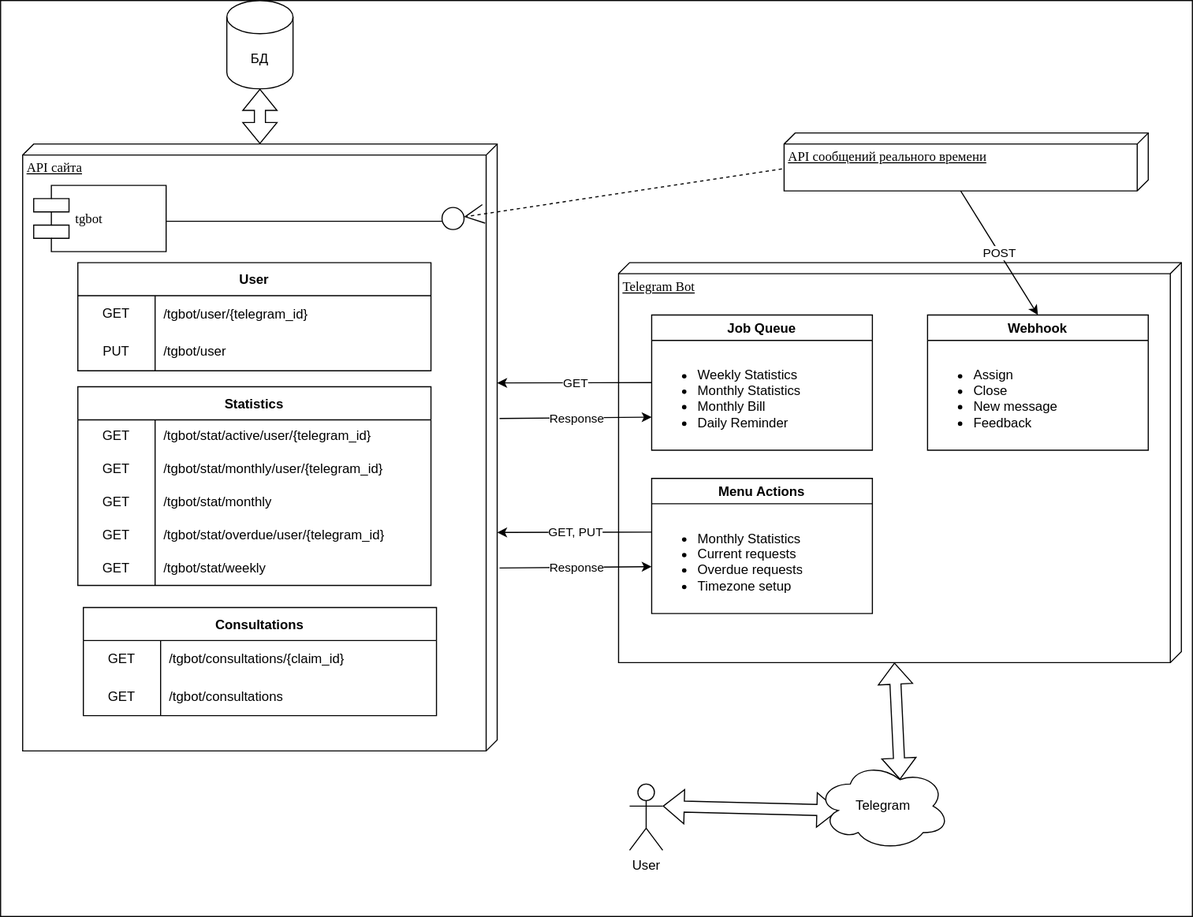
This is src/docs/bot_architecture.svg from Studio-Yandex-Practicum/ask_nenaprasno_bot, a draw.io export, as it was before one commit. Source tidied: cells renumbered, new cells last; positions are measured from the earlier drawing's top-left corner, leaving out a move shared by most shapes.
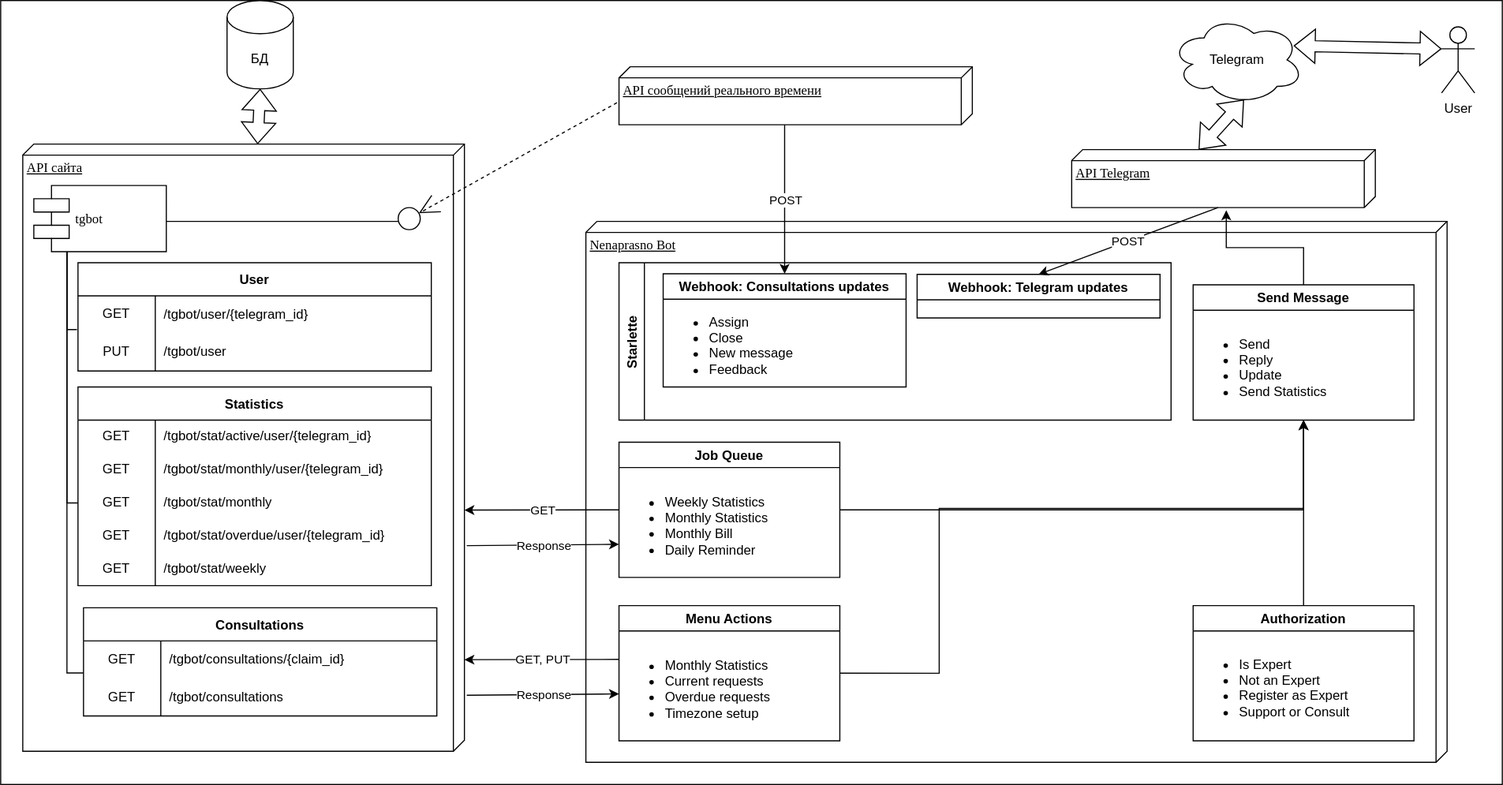
After the change.

The edit, as a diff of the source:
```diff
@@ -2,23 +2,23 @@
   <root>
     <mxCell id="0" />
     <mxCell id="1" parent="0" />
+    <mxCell id="5" value="Nenaprasno Bot" style="verticalAlign=top;align=left;spacingTop=8;spacingLeft=2;spacingRight=12;shape=cube;size=10;direction=south;fontStyle=4;html=1;rounded=0;shadow=0;comic=0;labelBackgroundColor=none;strokeWidth=1;fontFamily=Verdana;fontSize=12;" parent="1" vertex="1">
+      <mxGeometry x="530" y="200" width="780" height="490" as="geometry" />
+    </mxCell>
-    <mxCell id="2" style="rounded=0;whiteSpace=wrap;html=1;strokeOpacity=100;fillOpacity=0;" parent="1" vertex="1">
-      <mxGeometry width="1080" height="830" as="geometry" />
+    <mxCell id="2" style="rounded=0;whiteSpace=wrap;html=1;strokeOpacity=100;fillOpacity=0;fillColor=default;" parent="1" vertex="1">
+      <mxGeometry width="1360" height="710" as="geometry" />
     </mxCell>
     <mxCell id="3" value="API сайта" style="verticalAlign=top;align=left;spacingTop=8;spacingLeft=2;spacingRight=12;shape=cube;size=10;direction=south;fontStyle=4;html=1;rounded=0;shadow=0;comic=0;labelBackgroundColor=none;strokeWidth=1;fontFamily=Verdana;fontSize=12;" parent="1" vertex="1">
-      <mxGeometry x="20" y="130" width="430" height="550" as="geometry" />
+      <mxGeometry x="20" y="130" width="400" height="550" as="geometry" />
     </mxCell>
     <mxCell id="4" value="API сообщений реального времени" style="verticalAlign=top;align=left;spacingTop=8;spacingLeft=2;spacingRight=12;shape=cube;size=10;direction=south;fontStyle=4;html=1;rounded=0;shadow=0;comic=0;labelBackgroundColor=none;strokeWidth=1;fontFamily=Verdana;fontSize=12;" parent="1" vertex="1">
-      <mxGeometry x="710" y="120" width="330" height="52.5" as="geometry" />
+      <mxGeometry x="560" y="60" width="320" height="52.5" as="geometry" />
     </mxCell>
-    <mxCell id="5" value="Telegram Bot" style="verticalAlign=top;align=left;spacingTop=8;spacingLeft=2;spacingRight=12;shape=cube;size=10;direction=south;fontStyle=4;html=1;rounded=0;shadow=0;comic=0;labelBackgroundColor=none;strokeWidth=1;fontFamily=Verdana;fontSize=12;" parent="1" vertex="1">
-      <mxGeometry x="560" y="237.5" width="510" height="362.5" as="geometry" />
-    </mxCell>
     <mxCell id="6" value="tgbot" style="shape=component;align=left;spacingLeft=36;rounded=0;shadow=0;comic=0;labelBackgroundColor=none;strokeWidth=1;fontFamily=Verdana;fontSize=12;html=1;" parent="1" vertex="1">
       <mxGeometry x="30" y="167.5" width="120" height="60" as="geometry" />
     </mxCell>
     <mxCell id="7" style="ellipse;whiteSpace=wrap;html=1;rounded=0;shadow=0;comic=0;labelBackgroundColor=none;strokeWidth=1;fontFamily=Verdana;fontSize=12;align=center;" parent="1" vertex="1">
-      <mxGeometry x="400" y="187.5" width="20" height="20" as="geometry" />
+      <mxGeometry x="360" y="187.5" width="20" height="20" as="geometry" />
     </mxCell>
     <mxCell id="8" style="edgeStyle=none;rounded=0;html=1;dashed=1;labelBackgroundColor=none;startArrow=none;startFill=0;startSize=8;endArrow=open;endFill=0;endSize=16;fontFamily=Verdana;fontSize=12;exitX=0.62;exitY=1.006;exitDx=0;exitDy=0;exitPerimeter=0;" parent="1" edge="1" source="4" target="7">
       <mxGeometry relative="1" as="geometry" />
@@ -131,7 +131,7 @@
     </mxCell>
     <mxCell id="43" style="endArrow=classic;html=1;rounded=0;exitX=0;exitY=0.5;exitDx=0;exitDy=0;" parent="1" edge="1" source="47">
       <mxGeometry relative="1" as="geometry">
-        <mxPoint x="450" y="346.5" as="targetPoint" />
+        <mxPoint x="420" y="461.5" as="targetPoint" />
       </mxGeometry>
     </mxCell>
     <mxCell id="44" value="GET" style="edgeLabel;html=1;align=center;verticalAlign=middle;" parent="43" vertex="1">
@@ -139,22 +139,25 @@
     </mxCell>
     <mxCell id="45" style="endArrow=classic;html=1;rounded=0;exitX=0.275;exitY=-0.005;exitDx=0;exitDy=0;exitPerimeter=0;entryX=0;entryY=0.75;entryDx=0;entryDy=0;" parent="1" edge="1" target="48">
       <mxGeometry relative="1" as="geometry">
-        <mxPoint x="452.2" y="378.8" as="sourcePoint" />
+        <mxPoint x="422.2" y="493.8" as="sourcePoint" />
       </mxGeometry>
     </mxCell>
     <mxCell id="46" value="Response" style="edgeLabel;html=1;align=center;verticalAlign=middle;" parent="45" vertex="1">
       <mxGeometry relative="1" as="geometry" />
     </mxCell>
+    <mxCell id="63" style="edgeStyle=orthogonalEdgeStyle;rounded=0;jettySize=auto;html=1;exitX=1;exitY=0.5;exitDx=0;exitDy=0;entryX=0.5;entryY=1;entryDx=0;entryDy=0;" parent="1" edge="1" source="47" target="66">
+      <mxGeometry relative="1" as="geometry" />
+    </mxCell>
     <mxCell id="47" value="Job Queue" style="swimlane;" parent="1" vertex="1">
-      <mxGeometry x="590" y="285" width="200" height="122.5" as="geometry" />
+      <mxGeometry x="560" y="400" width="200" height="122.5" as="geometry" />
     </mxCell>
     <mxCell id="48" value="&lt;ul&gt;&lt;li&gt;Weekly Statistics&lt;/li&gt;&lt;li&gt;Monthly Statistics&lt;/li&gt;&lt;li&gt;Monthly Bill&lt;/li&gt;&lt;li&gt;Daily Reminder&lt;/li&gt;&lt;/ul&gt;" style="text;strokeColor=none;fillColor=none;html=1;whiteSpace=wrap;verticalAlign=middle;overflow=hidden;" parent="47" vertex="1">
       <mxGeometry y="32.5" width="180" height="80" as="geometry" />
     </mxCell>
     <mxCell id="49" style="endArrow=classic;html=1;rounded=0;exitX=0;exitY=0.5;exitDx=0;exitDy=0;" parent="1" edge="1">
       <mxGeometry relative="1" as="geometry">
-        <mxPoint x="590" y="481.8" as="sourcePoint" />
-        <mxPoint x="450" y="482" as="targetPoint" />
+        <mxPoint x="560" y="596.8" as="sourcePoint" />
+        <mxPoint x="420" y="597" as="targetPoint" />
       </mxGeometry>
     </mxCell>
     <mxCell id="50" value="GET, PUT" style="edgeLabel;html=1;align=center;verticalAlign=middle;" parent="49" vertex="1">
@@ -162,42 +165,108 @@
     </mxCell>
     <mxCell id="51" style="endArrow=classic;html=1;rounded=0;exitX=0.275;exitY=-0.005;exitDx=0;exitDy=0;exitPerimeter=0;entryX=0;entryY=0.75;entryDx=0;entryDy=0;" parent="1" edge="1">
       <mxGeometry relative="1" as="geometry">
-        <mxPoint x="452.2" y="514.2" as="sourcePoint" />
-        <mxPoint x="590" y="513" as="targetPoint" />
+        <mxPoint x="422.2" y="629.2" as="sourcePoint" />
+        <mxPoint x="560" y="628" as="targetPoint" />
       </mxGeometry>
     </mxCell>
     <mxCell id="52" value="Response" style="edgeLabel;html=1;align=center;verticalAlign=middle;" parent="51" vertex="1">
       <mxGeometry relative="1" as="geometry" />
     </mxCell>
     <mxCell id="53" value="Menu Actions" style="swimlane;" parent="1" vertex="1">
-      <mxGeometry x="590" y="433" width="200" height="122.5" as="geometry" />
+      <mxGeometry x="560" y="548" width="200" height="122.5" as="geometry" />
     </mxCell>
     <mxCell id="54" value="&lt;ul&gt;&lt;li&gt;Monthly Statistics&lt;/li&gt;&lt;li&gt;Current requests&lt;/li&gt;&lt;li&gt;Overdue requests&lt;/li&gt;&lt;li&gt;Timezone setup&lt;/li&gt;&lt;/ul&gt;" style="text;strokeColor=none;fillColor=none;html=1;whiteSpace=wrap;verticalAlign=middle;overflow=hidden;" parent="53" vertex="1">
       <mxGeometry y="32.5" width="180" height="80" as="geometry" />
     </mxCell>
-    <mxCell id="55" value="Webhook" style="swimlane;" parent="1" vertex="1">
-      <mxGeometry x="840" y="285" width="200" height="122.5" as="geometry" />
+    <mxCell id="55" value="Webhook: Consultations updates" style="swimlane;" parent="1" vertex="1">
+      <mxGeometry x="600" y="247.5" width="220" height="102.5" as="geometry" />
     </mxCell>
-    <mxCell id="56" value="&lt;ul&gt;&lt;li&gt;Assign&lt;/li&gt;&lt;li&gt;Close&lt;/li&gt;&lt;li&gt;New message&lt;/li&gt;&lt;li&gt;Feedback&lt;/li&gt;&lt;/ul&gt;" style="text;strokeColor=none;fillColor=none;html=1;whiteSpace=wrap;verticalAlign=middle;overflow=hidden;" parent="55" vertex="1">
-      <mxGeometry y="32.5" width="180" height="80" as="geometry" />
-    </mxCell>
     <mxCell id="57" style="endArrow=classic;html=1;rounded=0;exitX=0;exitY=0;exitDx=52.5;exitDy=170;exitPerimeter=0;entryX=0.5;entryY=0;entryDx=0;entryDy=0;" parent="1" edge="1" source="4" target="55">
       <mxGeometry relative="1" as="geometry" />
     </mxCell>
     <mxCell id="58" value="POST" style="edgeLabel;html=1;align=center;verticalAlign=middle;" parent="57" vertex="1">
       <mxGeometry relative="1" as="geometry" />
     </mxCell>
+    <mxCell id="64" style="edgeStyle=orthogonalEdgeStyle;rounded=0;jettySize=auto;html=1;exitX=1;exitY=0.5;exitDx=0;exitDy=0;entryX=0.5;entryY=1;entryDx=0;entryDy=0;" parent="1" edge="1" source="53" target="66">
+      <mxGeometry relative="1" as="geometry">
+        <Array as="points">
+          <mxPoint x="850" y="609" />
+          <mxPoint x="850" y="460" />
+          <mxPoint x="1180" y="460" />
+        </Array>
+      </mxGeometry>
+    </mxCell>
+    <mxCell id="65" style="edgeStyle=orthogonalEdgeStyle;rounded=0;jettySize=auto;html=1;exitX=0.5;exitY=0;exitDx=0;exitDy=0;" parent="1" edge="1" source="66">
+      <mxGeometry relative="1" as="geometry">
+        <mxPoint x="1110" y="190" as="targetPoint" />
+      </mxGeometry>
+    </mxCell>
+    <mxCell id="66" value="Send Message" style="swimlane;" parent="1" vertex="1">
+      <mxGeometry x="1080" y="257.5" width="200" height="122.5" as="geometry" />
+    </mxCell>
+    <mxCell id="67" value="&lt;ul&gt;&lt;li&gt;Send&lt;/li&gt;&lt;li&gt;Reply&lt;/li&gt;&lt;li&gt;Update&lt;/li&gt;&lt;li&gt;Send Statistics&lt;/li&gt;&lt;/ul&gt;" style="text;strokeColor=none;fillColor=none;html=1;whiteSpace=wrap;verticalAlign=middle;overflow=hidden;" parent="66" vertex="1">
+      <mxGeometry y="32.5" width="180" height="80" as="geometry" />
+    </mxCell>
+    <mxCell id="68" style="endArrow=none;html=1;rounded=0;exitX=-0.003;exitY=0.924;exitDx=0;exitDy=0;exitPerimeter=0;" parent="1" edge="1" source="12">
+      <mxGeometry relative="1" as="geometry">
+        <mxPoint x="60" y="227.5" as="targetPoint" />
+        <Array as="points">
+          <mxPoint x="60" y="298" />
+        </Array>
+      </mxGeometry>
+    </mxCell>
+    <mxCell id="69" style="endArrow=none;html=1;rounded=0;entryX=0.25;entryY=1;entryDx=0;entryDy=0;exitX=0;exitY=0.5;exitDx=0;exitDy=0;" parent="1" edge="1" source="27" target="6">
+      <mxGeometry relative="1" as="geometry">
+        <Array as="points">
+          <mxPoint x="60" y="455" />
+        </Array>
+      </mxGeometry>
+    </mxCell>
+    <mxCell id="70" style="endArrow=none;html=1;rounded=0;exitX=0.25;exitY=1;exitDx=0;exitDy=0;entryX=0;entryY=0.879;entryDx=0;entryDy=0;entryPerimeter=0;" parent="1" edge="1" source="6" target="37">
+      <mxGeometry relative="1" as="geometry">
+        <Array as="points">
+          <mxPoint x="60" y="609" />
+        </Array>
+      </mxGeometry>
+    </mxCell>
+    <mxCell id="71" value="Starlette" style="swimlane;horizontal=0;fillColor=default;" parent="1" vertex="1">
+      <mxGeometry x="560" y="237.5" width="500" height="142.5" as="geometry" />
+    </mxCell>
+    <mxCell id="72" value="Webhook: Telegram updates" style="swimlane;" parent="71" vertex="1">
+      <mxGeometry x="270" y="10.5" width="220" height="39.5" as="geometry" />
+    </mxCell>
+    <mxCell id="56" value="&lt;ul&gt;&lt;li&gt;Assign&lt;/li&gt;&lt;li&gt;Close&lt;/li&gt;&lt;li&gt;New message&lt;/li&gt;&lt;li&gt;Feedback&lt;/li&gt;&lt;/ul&gt;" style="text;strokeColor=none;fillColor=none;html=1;whiteSpace=wrap;verticalAlign=middle;overflow=hidden;" parent="71" vertex="1">
+      <mxGeometry x="40" y="32.5" width="180" height="80" as="geometry" />
+    </mxCell>
     <mxCell id="59" value="User" style="shape=umlActor;verticalLabelPosition=bottom;verticalAlign=top;html=1;outlineConnect=0;" parent="1" vertex="1">
-      <mxGeometry x="570" y="710" width="30" height="60" as="geometry" />
+      <mxGeometry x="1305" y="23.8" width="30" height="60" as="geometry" />
     </mxCell>
-    <mxCell id="60" style="shape=flexArrow;endArrow=classic;startArrow=classic;html=1;rounded=0;exitX=1;exitY=0.3333333333333333;exitDx=0;exitDy=0;exitPerimeter=0;entryX=0.16;entryY=0.55;entryDx=0;entryDy=0;entryPerimeter=0;" parent="1" edge="1" source="59" target="61">
+    <mxCell id="60" style="shape=flexArrow;endArrow=classic;startArrow=classic;html=1;rounded=0;exitX=0;exitY=0.3333333333333333;exitDx=0;exitDy=0;exitPerimeter=0;entryX=0.925;entryY=0.341;entryDx=0;entryDy=0;entryPerimeter=0;" parent="1" edge="1" source="59" target="61">
       <mxGeometry relative="1" as="geometry" />
     </mxCell>
     <mxCell id="61" value="Telegram" style="ellipse;shape=cloud;whiteSpace=wrap;html=1;" parent="1" vertex="1">
-      <mxGeometry x="740" y="690" width="120" height="80" as="geometry" />
+      <mxGeometry x="1060" y="13.8" width="120" height="80" as="geometry" />
     </mxCell>
-    <mxCell id="62" style="shape=flexArrow;endArrow=classic;startArrow=classic;html=1;rounded=0;entryX=0;entryY=0;entryDx=362.5;entryDy=260;entryPerimeter=0;exitX=0.625;exitY=0.2;exitDx=0;exitDy=0;exitPerimeter=0;" parent="1" edge="1" source="61" target="5">
+    <mxCell id="62" style="shape=flexArrow;endArrow=classic;startArrow=classic;html=1;rounded=0;entryX=0;entryY=0;entryDx=0;entryDy=160;entryPerimeter=0;exitX=0.55;exitY=0.95;exitDx=0;exitDy=0;exitPerimeter=0;" parent="1" edge="1" source="61" target="73">
       <mxGeometry relative="1" as="geometry" />
     </mxCell>
+    <mxCell id="73" value="API Telegram" style="verticalAlign=top;align=left;spacingTop=8;spacingLeft=2;spacingRight=12;shape=cube;size=10;direction=south;fontStyle=4;html=1;rounded=0;shadow=0;comic=0;labelBackgroundColor=none;strokeWidth=1;fontFamily=Verdana;fontSize=12;" parent="1" vertex="1">
+      <mxGeometry x="970" y="135" width="275" height="52.5" as="geometry" />
+    </mxCell>
+    <mxCell id="74" style="endArrow=classic;html=1;rounded=0;exitX=0;exitY=0;exitDx=52.5;exitDy=142.5;exitPerimeter=0;entryX=0.5;entryY=0;entryDx=0;entryDy=0;" parent="1" edge="1" source="73" target="72">
+      <mxGeometry relative="1" as="geometry" />
+    </mxCell>
+    <mxCell id="75" value="POST" style="edgeLabel;html=1;align=center;verticalAlign=middle;" parent="74" vertex="1">
+      <mxGeometry relative="1" as="geometry" />
+    </mxCell>
+    <mxCell id="76" style="edgeStyle=orthogonalEdgeStyle;rounded=0;jettySize=auto;html=1;exitX=0.5;exitY=0;exitDx=0;exitDy=0;entryX=0.5;entryY=1;entryDx=0;entryDy=0;" parent="1" edge="1" source="77" target="66">
+      <mxGeometry relative="1" as="geometry" />
+    </mxCell>
+    <mxCell id="77" value="Authorization" style="swimlane;" parent="1" vertex="1">
+      <mxGeometry x="1080" y="548" width="200" height="122.5" as="geometry" />
+    </mxCell>
+    <mxCell id="78" value="&lt;ul&gt;&lt;li&gt;Is Expert&lt;/li&gt;&lt;li&gt;Not an Expert&lt;/li&gt;&lt;li&gt;Register as Expert&lt;/li&gt;&lt;li&gt;Support or Consult&lt;/li&gt;&lt;/ul&gt;" style="text;strokeColor=none;fillColor=none;html=1;whiteSpace=wrap;verticalAlign=middle;overflow=hidden;" parent="1" vertex="1">
+      <mxGeometry x="1080" y="580" width="180" height="80" as="geometry" />
+    </mxCell>
   </root>
 </mxGraphModel>
```
